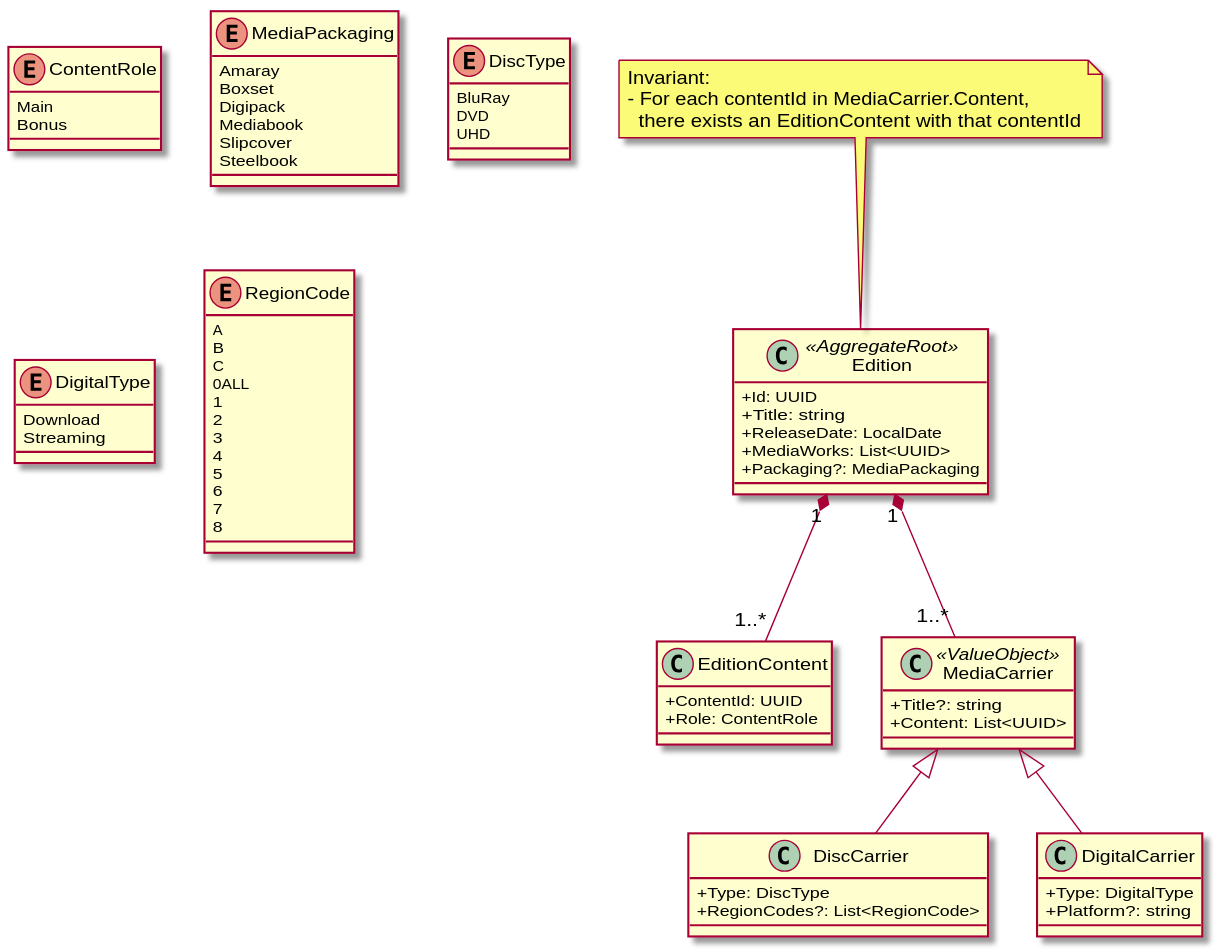
yantue/colleq keeps this PlantUML diagram as docs/diagrams/domain/domain-edition.svg. Above is the earlier version.
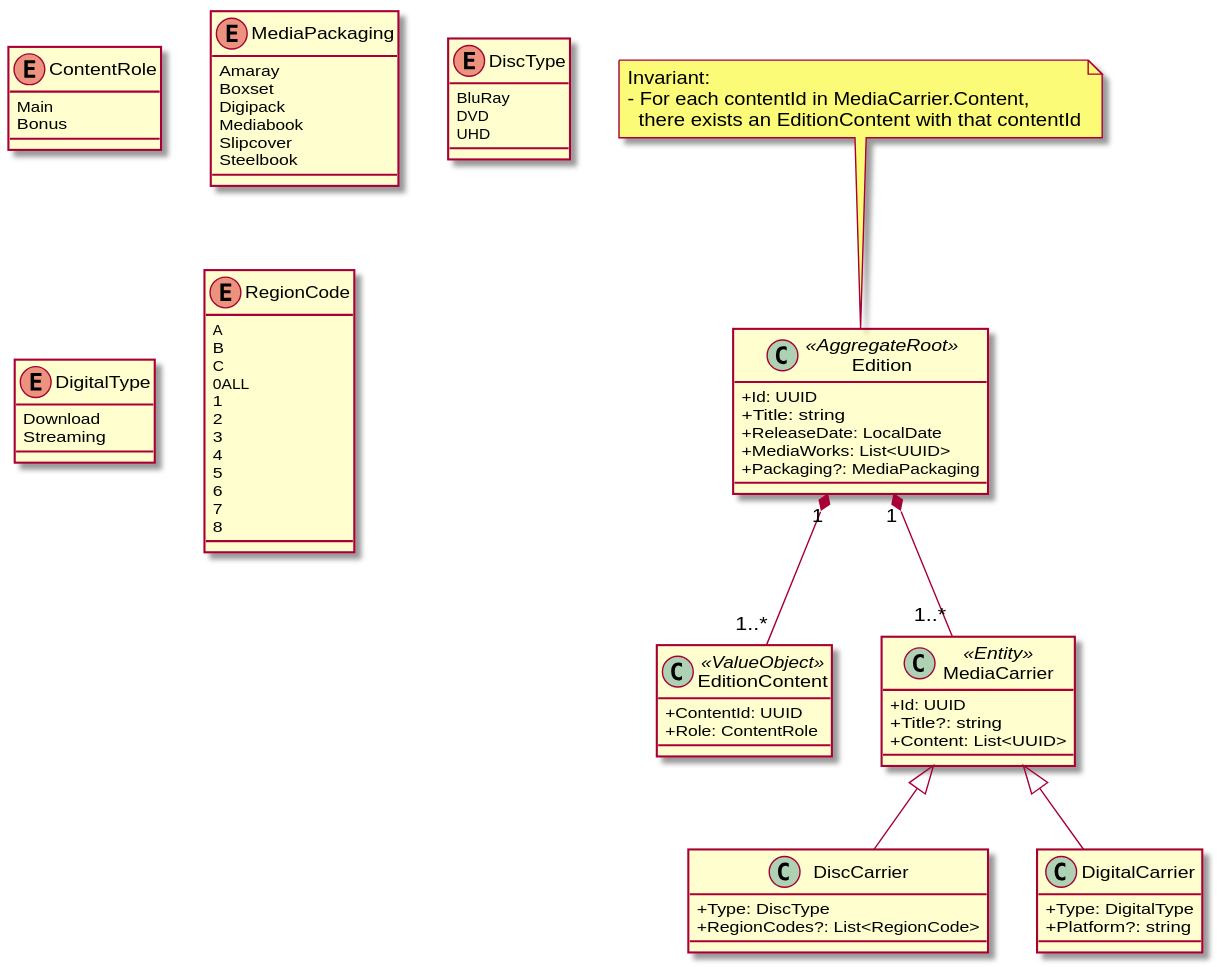
Above is the later version.

Commit message:
Auto-generate UML diagrams

Change to the diagram source:
```diff
@@ -15,7 +15,7 @@
   there exists an EditionContent with that contentId
 end note
 
-class EditionContent {
+class EditionContent <<ValueObject>> {
     +ContentId: UUID
     +Role: ContentRole
 }
@@ -27,7 +27,8 @@
     Bonus
 }
 
-class MediaCarrier <<ValueObject>> {
+class MediaCarrier <<Entity>> {
+    +Id: UUID
     +Title?: string
     +Content: List<UUID>
 }
```
